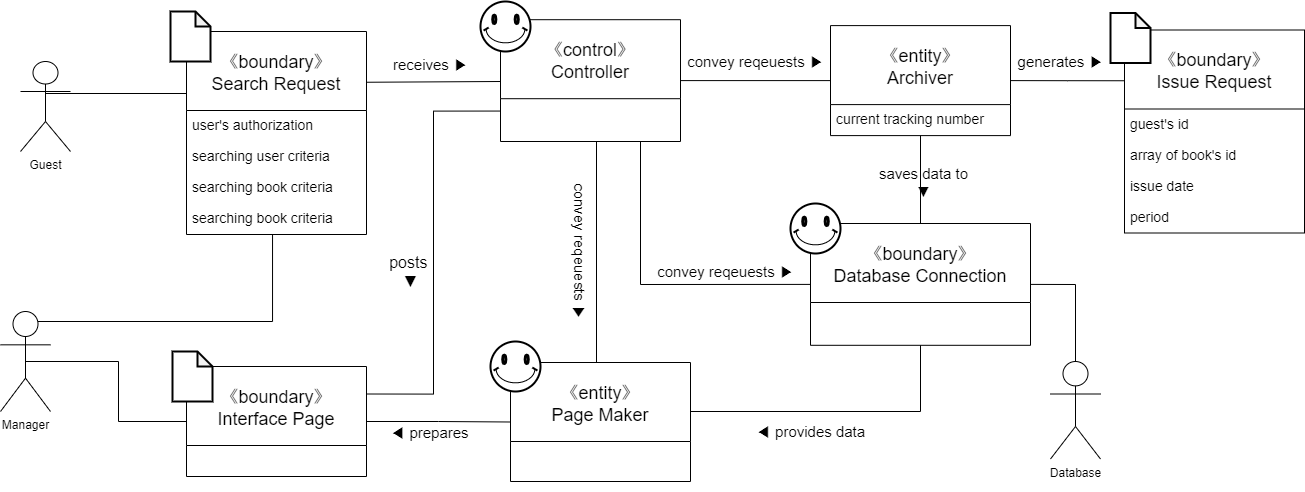
The draw.io diagram docs/DomainModels/diagram_images/DM-UC-04.png in youngkwon02/Enhanced-library-management, before a commit. Source tidied: cells renumbered, new cells last; positions are measured from the earlier drawing's top-left corner, leaving out a move shared by most shapes. Its diagram source:
```xml
<mxGraphModel>
  <root>
    <mxCell id="0" />
    <mxCell id="1" parent="0" />
    <mxCell id="2" value="Database&lt;br&gt;" style="shape=umlActor;verticalLabelPosition=bottom;verticalAlign=top;html=1;outlineConnect=0;" parent="1" vertex="1">
      <mxGeometry x="1050" y="360" width="50" height="97.5" as="geometry" />
    </mxCell>
    <mxCell id="3" style="edgeStyle=orthogonalEdgeStyle;rounded=0;jettySize=auto;html=1;exitX=0.5;exitY=0.5;exitDx=0;exitDy=0;exitPerimeter=0;entryX=0;entryY=0.5;entryDx=0;entryDy=0;fontSize=14;endArrow=none;endFill=0;" parent="1" edge="1" source="5" target="33">
      <mxGeometry relative="1" as="geometry" />
    </mxCell>
    <mxCell id="4" style="edgeStyle=elbowEdgeStyle;rounded=0;jettySize=auto;html=1;exitX=0.75;exitY=0.1;exitDx=0;exitDy=0;exitPerimeter=0;entryX=0.478;entryY=1;entryDx=0;entryDy=0;entryPerimeter=0;fontSize=14;endArrow=none;endFill=0;elbow=vertical;" parent="1" edge="1" source="5" target="30">
      <mxGeometry relative="1" as="geometry">
        <Array as="points">
          <mxPoint x="160" y="320" />
        </Array>
      </mxGeometry>
    </mxCell>
    <mxCell id="5" value="Manager" style="shape=umlActor;verticalLabelPosition=bottom;verticalAlign=top;html=1;outlineConnect=0;" parent="1" vertex="1">
      <mxGeometry y="310" width="50" height="100" as="geometry" />
    </mxCell>
    <mxCell id="6" style="edgeStyle=orthogonalEdgeStyle;rounded=0;jettySize=auto;html=1;exitX=1;exitY=0.5;exitDx=0;exitDy=0;entryX=0;entryY=0.25;entryDx=0;entryDy=0;fontSize=14;endArrow=none;endFill=0;" parent="1" edge="1" source="7" target="16">
      <mxGeometry relative="1" as="geometry" />
    </mxCell>
    <mxCell id="7" value="《entity》&#10;Archiver" style="swimlane;fontStyle=0;horizontal=1;startSize=79;fontSize=18;labelBorderColor=none;" parent="1" vertex="1">
      <mxGeometry x="830" y="24.1" width="180" height="110" as="geometry" />
    </mxCell>
    <mxCell id="8" value="current tracking number" style="text;strokeColor=none;fillColor=none;align=left;verticalAlign=top;spacingLeft=4;spacingRight=4;overflow=hidden;fontSize=14;" parent="7" vertex="1">
      <mxGeometry y="79" width="180" height="31" as="geometry" />
    </mxCell>
    <mxCell id="9" style="group;" parent="1" vertex="1">
      <mxGeometry x="480" width="200" height="150" as="geometry" />
    </mxCell>
    <mxCell id="10" value="《control》&#10;Controller" style="swimlane;fontStyle=0;horizontal=1;startSize=79;fontSize=18;labelBorderColor=none;" parent="9" vertex="1">
      <mxGeometry x="20" y="18.2" width="180" height="121.8" as="geometry" />
    </mxCell>
    <mxCell id="11" style="verticalLabelPosition=bottom;verticalAlign=top;html=1;shape=mxgraph.basic.smiley;fontSize=14;strokeWidth=2;fillColor=#ffffff;" parent="9" vertex="1">
      <mxGeometry width="50" height="50" as="geometry" />
    </mxCell>
    <mxCell id="12" style="group;" parent="1" vertex="1">
      <mxGeometry x="490" y="340" width="200" height="150" as="geometry" />
    </mxCell>
    <mxCell id="13" value="《entity》&#10;Page Maker" style="swimlane;fontStyle=0;horizontal=1;startSize=79;fontSize=18;labelBorderColor=none;" parent="12" vertex="1">
      <mxGeometry x="20" y="21" width="180" height="119" as="geometry" />
    </mxCell>
    <mxCell id="14" style="verticalLabelPosition=bottom;verticalAlign=top;html=1;shape=mxgraph.basic.smiley;fontSize=14;strokeWidth=2;fillColor=#ffffff;" parent="12" vertex="1">
      <mxGeometry width="50" height="50" as="geometry" />
    </mxCell>
    <mxCell id="15" style="group;" parent="1" vertex="1">
      <mxGeometry x="1110" y="11.5" width="194" height="189" as="geometry" />
    </mxCell>
    <mxCell id="16" value="《boundary》&#10;Issue Request" style="swimlane;fontStyle=0;horizontal=1;startSize=79;fontSize=18;" parent="15" vertex="1">
      <mxGeometry x="14" y="17" width="180" height="203" as="geometry" />
    </mxCell>
    <mxCell id="17" value="guest's id" style="text;strokeColor=none;fillColor=none;align=left;verticalAlign=top;spacingLeft=4;spacingRight=4;overflow=hidden;fontSize=14;" parent="16" vertex="1">
      <mxGeometry y="79" width="180" height="31" as="geometry" />
    </mxCell>
    <mxCell id="18" value="array of book's id" style="text;strokeColor=none;fillColor=none;align=left;verticalAlign=top;spacingLeft=4;spacingRight=4;overflow=hidden;fontSize=14;" parent="16" vertex="1">
      <mxGeometry y="110" width="180" height="31" as="geometry" />
    </mxCell>
    <mxCell id="19" value="issue date" style="text;strokeColor=none;fillColor=none;align=left;verticalAlign=top;spacingLeft=4;spacingRight=4;overflow=hidden;fontSize=14;" parent="16" vertex="1">
      <mxGeometry y="141" width="180" height="31" as="geometry" />
    </mxCell>
    <mxCell id="20" value="period" style="text;strokeColor=none;fillColor=none;align=left;verticalAlign=top;spacingLeft=4;spacingRight=4;overflow=hidden;fontSize=14;" parent="16" vertex="1">
      <mxGeometry y="172" width="180" height="31" as="geometry" />
    </mxCell>
    <mxCell id="21" style="shape=note;whiteSpace=wrap;html=1;backgroundOutline=1;darkOpacity=0.05;fontSize=14;strokeWidth=2;fillColor=#ffffff;size=15;" parent="15" vertex="1">
      <mxGeometry width="40" height="50" as="geometry" />
    </mxCell>
    <mxCell id="22" style="group;" parent="1" vertex="1">
      <mxGeometry x="790" y="202" width="240" height="150" as="geometry" />
    </mxCell>
    <mxCell id="23" value="《boundary》&#10;Database Connection" style="swimlane;fontStyle=0;horizontal=1;startSize=79;fontSize=18;labelBorderColor=none;" parent="22" vertex="1">
      <mxGeometry x="20" y="20" width="220" height="121.8" as="geometry" />
    </mxCell>
    <mxCell id="24" style="verticalLabelPosition=bottom;verticalAlign=top;html=1;shape=mxgraph.basic.smiley;fontSize=14;strokeWidth=2;fillColor=#ffffff;" parent="22" vertex="1">
      <mxGeometry width="50" height="50" as="geometry" />
    </mxCell>
    <mxCell id="25" style="group;" parent="1" vertex="1">
      <mxGeometry x="170" y="10" width="196" height="192" as="geometry" />
    </mxCell>
    <mxCell id="26" value="《boundary》&#10;Search Request" style="swimlane;fontStyle=0;horizontal=1;startSize=79;fontSize=18;" parent="25" vertex="1">
      <mxGeometry x="16" y="20" width="180" height="203" as="geometry" />
    </mxCell>
    <mxCell id="27" value="user's authorization&#10;" style="text;strokeColor=none;fillColor=none;align=left;verticalAlign=top;spacingLeft=4;spacingRight=4;overflow=hidden;fontSize=14;" parent="26" vertex="1">
      <mxGeometry y="79" width="180" height="31" as="geometry" />
    </mxCell>
    <mxCell id="28" value="searching user criteria" style="text;strokeColor=none;fillColor=none;align=left;verticalAlign=top;spacingLeft=4;spacingRight=4;overflow=hidden;fontSize=14;" parent="26" vertex="1">
      <mxGeometry y="110" width="180" height="31" as="geometry" />
    </mxCell>
    <mxCell id="29" value="searching book criteria" style="text;strokeColor=none;fillColor=none;align=left;verticalAlign=top;spacingLeft=4;spacingRight=4;overflow=hidden;points=[[0,0.5],[1,0.5]];portConstraint=eastwest;fontSize=14;" parent="26" vertex="1">
      <mxGeometry y="141" width="180" height="31" as="geometry" />
    </mxCell>
    <mxCell id="30" value="searching book criteria" style="text;strokeColor=none;fillColor=none;align=left;verticalAlign=top;spacingLeft=4;spacingRight=4;overflow=hidden;points=[[0,0.5],[1,0.5]];portConstraint=eastwest;fontSize=14;" parent="26" vertex="1">
      <mxGeometry y="172" width="180" height="31" as="geometry" />
    </mxCell>
    <mxCell id="31" style="shape=note;whiteSpace=wrap;html=1;backgroundOutline=1;darkOpacity=0.05;fontSize=14;strokeWidth=2;fillColor=#ffffff;size=15;" parent="25" vertex="1">
      <mxGeometry width="40" height="50" as="geometry" />
    </mxCell>
    <mxCell id="32" style="group;" parent="1" vertex="1">
      <mxGeometry x="172" y="350" width="194" height="125" as="geometry" />
    </mxCell>
    <mxCell id="33" value="《boundary》&#10;Interface Page" style="swimlane;fontStyle=0;horizontal=1;startSize=79;fontSize=18;" parent="32" vertex="1">
      <mxGeometry x="14" y="15" width="180" height="110" as="geometry" />
    </mxCell>
    <mxCell id="34" style="shape=note;whiteSpace=wrap;html=1;backgroundOutline=1;darkOpacity=0.05;fontSize=14;strokeWidth=2;fillColor=#ffffff;size=15;" parent="32" vertex="1">
      <mxGeometry width="40" height="50" as="geometry" />
    </mxCell>
    <mxCell id="35" style="rounded=0;jettySize=auto;html=1;exitX=0.5;exitY=1;exitDx=0;exitDy=0;fontSize=14;endArrow=none;endFill=0;entryX=0.5;entryY=0;entryDx=0;entryDy=0;edgeStyle=elbowEdgeStyle;" parent="1" edge="1" source="10" target="13">
      <mxGeometry relative="1" as="geometry" />
    </mxCell>
    <mxCell id="36" style="edgeStyle=orthogonalEdgeStyle;rounded=0;jettySize=auto;html=1;exitX=0.75;exitY=1;exitDx=0;exitDy=0;entryX=0;entryY=0.5;entryDx=0;entryDy=0;fontSize=14;endArrow=none;endFill=0;" parent="1" edge="1" source="10" target="23">
      <mxGeometry relative="1" as="geometry">
        <Array as="points">
          <mxPoint x="640" y="140" />
          <mxPoint x="640" y="283" />
        </Array>
      </mxGeometry>
    </mxCell>
    <mxCell id="37" style="edgeStyle=orthogonalEdgeStyle;rounded=0;jettySize=auto;html=1;exitX=0.5;exitY=0;exitDx=0;exitDy=0;fontSize=14;endArrow=none;endFill=0;" parent="1" edge="1" source="23" target="7">
      <mxGeometry relative="1" as="geometry" />
    </mxCell>
    <mxCell id="38" style="edgeStyle=orthogonalEdgeStyle;rounded=0;jettySize=auto;html=1;exitX=1;exitY=0.5;exitDx=0;exitDy=0;entryX=0;entryY=0.5;entryDx=0;entryDy=0;fontSize=14;endArrow=none;endFill=0;" parent="1" edge="1" source="10" target="7">
      <mxGeometry relative="1" as="geometry" />
    </mxCell>
    <mxCell id="39" style="edgeStyle=orthogonalEdgeStyle;rounded=0;jettySize=auto;html=1;exitX=1;exitY=0.5;exitDx=0;exitDy=0;fontSize=14;endArrow=none;endFill=0;entryX=0.5;entryY=0;entryDx=0;entryDy=0;entryPerimeter=0;" parent="1" edge="1" source="23" target="2">
      <mxGeometry relative="1" as="geometry" />
    </mxCell>
    <mxCell id="40" style="edgeStyle=orthogonalEdgeStyle;rounded=0;jettySize=auto;html=1;exitX=0;exitY=0.75;exitDx=0;exitDy=0;entryX=1;entryY=0.25;entryDx=0;entryDy=0;fontSize=14;endArrow=none;endFill=0;" parent="1" edge="1" source="10" target="33">
      <mxGeometry relative="1" as="geometry" />
    </mxCell>
    <mxCell id="41" style="edgeStyle=orthogonalEdgeStyle;rounded=0;jettySize=auto;html=1;exitX=1;exitY=0.5;exitDx=0;exitDy=0;entryX=0;entryY=0.5;entryDx=0;entryDy=0;fontSize=14;endArrow=none;endFill=0;" parent="1" edge="1" source="33" target="13">
      <mxGeometry relative="1" as="geometry" />
    </mxCell>
    <mxCell id="42" value="◀ prepares&amp;nbsp;" style="edgeLabel;html=1;align=center;verticalAlign=middle;fontSize=15;" parent="41" vertex="1">
      <mxGeometry x="-0.21" y="4" relative="1" as="geometry">
        <mxPoint x="8" y="14" as="offset" />
      </mxGeometry>
    </mxCell>
    <mxCell id="43" style="edgeStyle=elbowEdgeStyle;rounded=0;jettySize=auto;html=1;exitX=1;exitY=0.25;exitDx=0;exitDy=0;entryX=0;entryY=0.5;entryDx=0;entryDy=0;fontSize=14;endArrow=none;endFill=0;elbow=vertical;" parent="1" edge="1" source="26" target="10">
      <mxGeometry relative="1" as="geometry" />
    </mxCell>
    <mxCell id="44" value="&lt;font style=&quot;font-size: 15px;&quot;&gt;receives ▶&lt;/font&gt;" style="edgeLabel;html=1;align=center;verticalAlign=middle;fontSize=15;" parent="43" vertex="1">
      <mxGeometry x="-0.34" relative="1" as="geometry">
        <mxPoint x="20" y="-18" as="offset" />
      </mxGeometry>
    </mxCell>
    <mxCell id="45" style="edgeStyle=elbowEdgeStyle;rounded=0;jettySize=auto;html=1;exitX=1;exitY=0.5;exitDx=0;exitDy=0;entryX=0.5;entryY=1;entryDx=0;entryDy=0;fontSize=14;endArrow=none;endFill=0;elbow=vertical;" parent="1" edge="1" source="13" target="23">
      <mxGeometry relative="1" as="geometry">
        <Array as="points">
          <mxPoint x="820" y="410" />
        </Array>
      </mxGeometry>
    </mxCell>
    <mxCell id="46" style="edgeStyle=elbowEdgeStyle;rounded=0;jettySize=auto;elbow=vertical;html=1;exitX=0.5;exitY=0.5;exitDx=0;exitDy=0;exitPerimeter=0;entryX=0;entryY=0.25;entryDx=0;entryDy=0;fontSize=14;endArrow=none;endFill=0;" parent="1" edge="1" source="47" target="26">
      <mxGeometry relative="1" as="geometry" />
    </mxCell>
    <mxCell id="47" value="Guest&lt;br&gt;" style="shape=umlActor;verticalLabelPosition=bottom;verticalAlign=top;html=1;outlineConnect=0;" parent="1" vertex="1">
      <mxGeometry x="20" y="60" width="50" height="90" as="geometry" />
    </mxCell>
    <mxCell id="48" value="&lt;font style=&quot;font-size: 15px;&quot;&gt;convey reqeuests&amp;nbsp;&lt;/font&gt;&lt;span style=&quot;font-size: 15px; background-color: rgb(255, 255, 255);&quot;&gt;▶&lt;/span&gt;" style="text;html=1;align=center;verticalAlign=middle;strokeColor=none;fontSize=15;" parent="1" vertex="1">
      <mxGeometry x="650" y="260" width="150" height="20" as="geometry" />
    </mxCell>
    <mxCell id="49" value="posts&amp;nbsp;&lt;br style=&quot;font-size: 16px;&quot;&gt;▼" style="text;html=1;align=center;verticalAlign=middle;strokeColor=none;fontSize=16;rotation=0;" parent="1" vertex="1">
      <mxGeometry x="380" y="250" width="60" height="40" as="geometry" />
    </mxCell>
    <mxCell id="50" value="&lt;font style=&quot;font-size: 15px;&quot;&gt;convey reqeuests&amp;nbsp;&lt;/font&gt;&lt;span style=&quot;font-size: 15px; background-color: rgb(255, 255, 255);&quot;&gt;▶&lt;/span&gt;" style="text;html=1;align=center;verticalAlign=middle;strokeColor=none;fontSize=15;rotation=90;" parent="1" vertex="1">
      <mxGeometry x="505" y="240" width="150" height="20" as="geometry" />
    </mxCell>
    <mxCell id="51" value="&lt;font style=&quot;font-size: 15px;&quot;&gt;convey reqeuests&amp;nbsp;&lt;/font&gt;&lt;span style=&quot;font-size: 15px; background-color: rgb(255, 255, 255);&quot;&gt;▶&lt;/span&gt;" style="text;html=1;align=center;verticalAlign=middle;strokeColor=none;fontSize=15;" parent="1" vertex="1">
      <mxGeometry x="680" y="50" width="150" height="20" as="geometry" />
    </mxCell>
    <mxCell id="52" value="◀ provides data" style="text;html=1;align=center;verticalAlign=middle;strokeColor=none;fontSize=15;" parent="1" vertex="1">
      <mxGeometry x="750" y="420" width="120" height="20" as="geometry" />
    </mxCell>
    <mxCell id="53" value="saves data to&lt;br&gt;▼" style="text;html=1;align=center;verticalAlign=middle;strokeColor=none;fontSize=15;" parent="1" vertex="1">
      <mxGeometry x="873" y="160.5" width="100" height="40" as="geometry" />
    </mxCell>
    <mxCell id="54" value="generates ▶" style="text;html=1;align=center;verticalAlign=middle;strokeColor=none;fontSize=15;" parent="1" vertex="1">
      <mxGeometry x="1010" y="50" width="100" height="20" as="geometry" />
    </mxCell>
  </root>
</mxGraphModel>
```
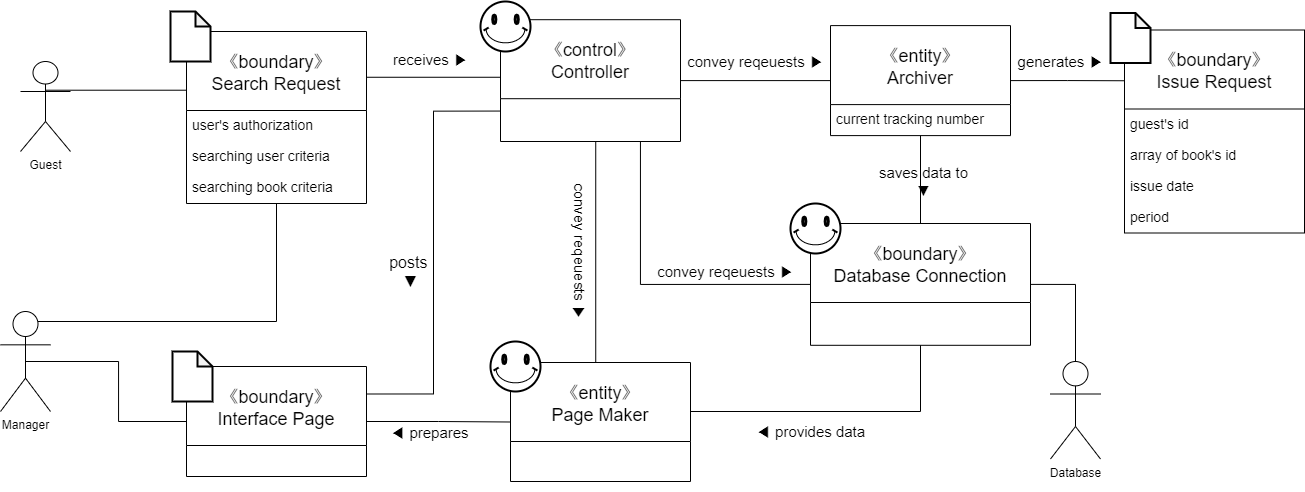
The same diagram one commit later.

Diff of the diagram source:
```diff
@@ -8,7 +8,7 @@
     <mxCell id="3" style="edgeStyle=orthogonalEdgeStyle;rounded=0;jettySize=auto;html=1;exitX=0.5;exitY=0.5;exitDx=0;exitDy=0;exitPerimeter=0;entryX=0;entryY=0.5;entryDx=0;entryDy=0;fontSize=14;endArrow=none;endFill=0;" parent="1" edge="1" source="5" target="33">
       <mxGeometry relative="1" as="geometry" />
     </mxCell>
-    <mxCell id="4" style="edgeStyle=elbowEdgeStyle;rounded=0;jettySize=auto;html=1;exitX=0.75;exitY=0.1;exitDx=0;exitDy=0;exitPerimeter=0;entryX=0.478;entryY=1;entryDx=0;entryDy=0;entryPerimeter=0;fontSize=14;endArrow=none;endFill=0;elbow=vertical;" parent="1" edge="1" source="5" target="30">
+    <mxCell id="4" style="edgeStyle=elbowEdgeStyle;rounded=0;jettySize=auto;html=1;exitX=0.75;exitY=0.1;exitDx=0;exitDy=0;exitPerimeter=0;fontSize=14;endArrow=none;endFill=0;elbow=vertical;" parent="1" edge="1" source="5" target="29">
       <mxGeometry relative="1" as="geometry">
         <Array as="points">
           <mxPoint x="160" y="320" />
@@ -79,7 +79,7 @@
       <mxGeometry x="170" y="10" width="196" height="192" as="geometry" />
     </mxCell>
     <mxCell id="26" value="《boundary》&#10;Search Request" style="swimlane;fontStyle=0;horizontal=1;startSize=79;fontSize=18;" parent="25" vertex="1">
-      <mxGeometry x="16" y="20" width="180" height="203" as="geometry" />
+      <mxGeometry x="16" y="20" width="180" height="172" as="geometry" />
     </mxCell>
     <mxCell id="27" value="user's authorization&#10;" style="text;strokeColor=none;fillColor=none;align=left;verticalAlign=top;spacingLeft=4;spacingRight=4;overflow=hidden;fontSize=14;" parent="26" vertex="1">
       <mxGeometry y="79" width="180" height="31" as="geometry" />
@@ -90,9 +90,6 @@
     <mxCell id="29" value="searching book criteria" style="text;strokeColor=none;fillColor=none;align=left;verticalAlign=top;spacingLeft=4;spacingRight=4;overflow=hidden;points=[[0,0.5],[1,0.5]];portConstraint=eastwest;fontSize=14;" parent="26" vertex="1">
       <mxGeometry y="141" width="180" height="31" as="geometry" />
     </mxCell>
-    <mxCell id="30" value="searching book criteria" style="text;strokeColor=none;fillColor=none;align=left;verticalAlign=top;spacingLeft=4;spacingRight=4;overflow=hidden;points=[[0,0.5],[1,0.5]];portConstraint=eastwest;fontSize=14;" parent="26" vertex="1">
-      <mxGeometry y="172" width="180" height="31" as="geometry" />
-    </mxCell>
     <mxCell id="31" style="shape=note;whiteSpace=wrap;html=1;backgroundOutline=1;darkOpacity=0.05;fontSize=14;strokeWidth=2;fillColor=#ffffff;size=15;" parent="25" vertex="1">
       <mxGeometry width="40" height="50" as="geometry" />
     </mxCell>
```
